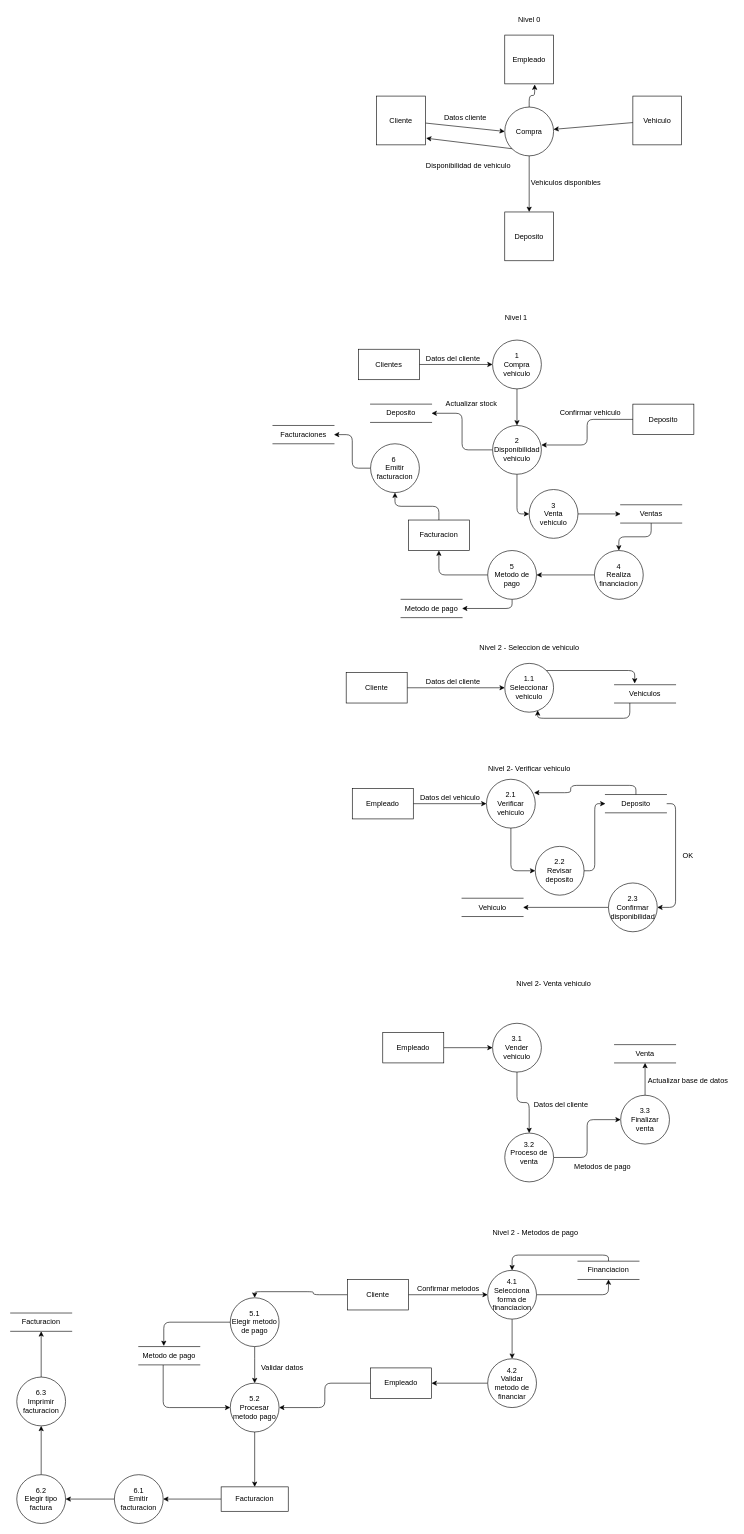
This is Diagramas/DFD/DFD.drawio from FerLalle/PremiumQuality_AnalisisSistemas, a draw.io file, before an edit. Source tidied: cells renumbered, new cells numbered last; positions are measured from the earlier drawing's top-left corner, leaving out a move shared by most shapes. Both pictures are drawn from the tidied source at 61%, with x=0, y=0 at pixel (10, 10).
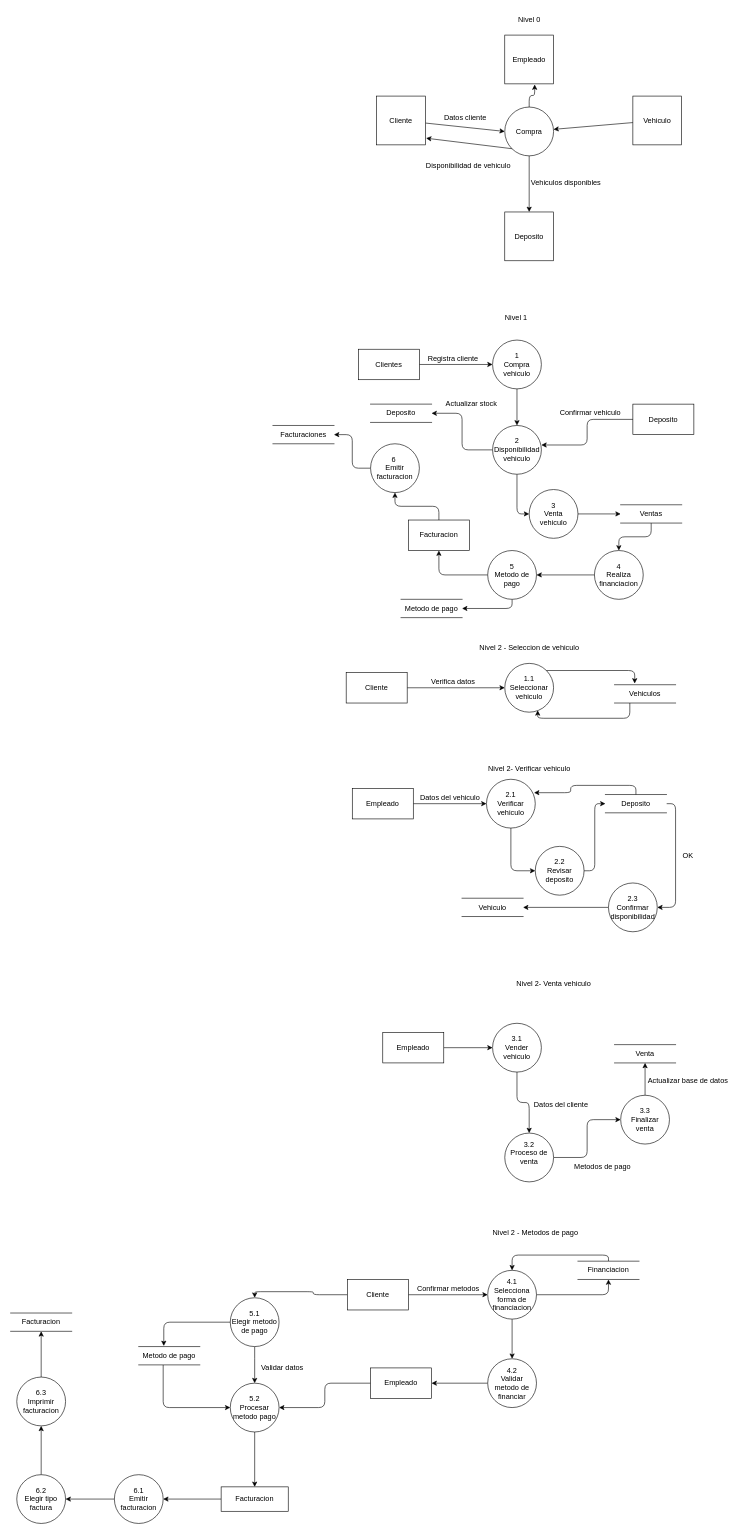
Above is the later version.

Commit message (it also covers changes not shown here):
DFD y casos de uso modificacion

Change to the diagram source:
```diff
@@
-    <mxCell id="55" value="Datos del cliente" style="text;html=1;align=center;verticalAlign=middle;strokeColor=none;fillColor=none;" parent="1" vertex="1">
+    <mxCell id="55" value="Registra cliente" style="text;html=1;align=center;verticalAlign=middle;strokeColor=none;fillColor=none;" parent="1" vertex="1">
       <mxGeometry x="670" y="555" width="110" height="30" as="geometry" />
     </mxCell>
@@
-    <mxCell id="59" value="Datos del cliente" style="text;html=1;align=center;verticalAlign=middle;strokeColor=none;fillColor=none;" parent="1" vertex="1">
-      <mxGeometry x="670" y="1085" width="110" height="30" as="geometry" />
+    <mxCell id="59" value="Verifica datos" style="text;html=1;align=center;verticalAlign=middle;strokeColor=none;fillColor=none;" parent="1" vertex="1">
+      <mxGeometry x="675" y="1085" width="100" height="30" as="geometry" />
     </mxCell>
```
